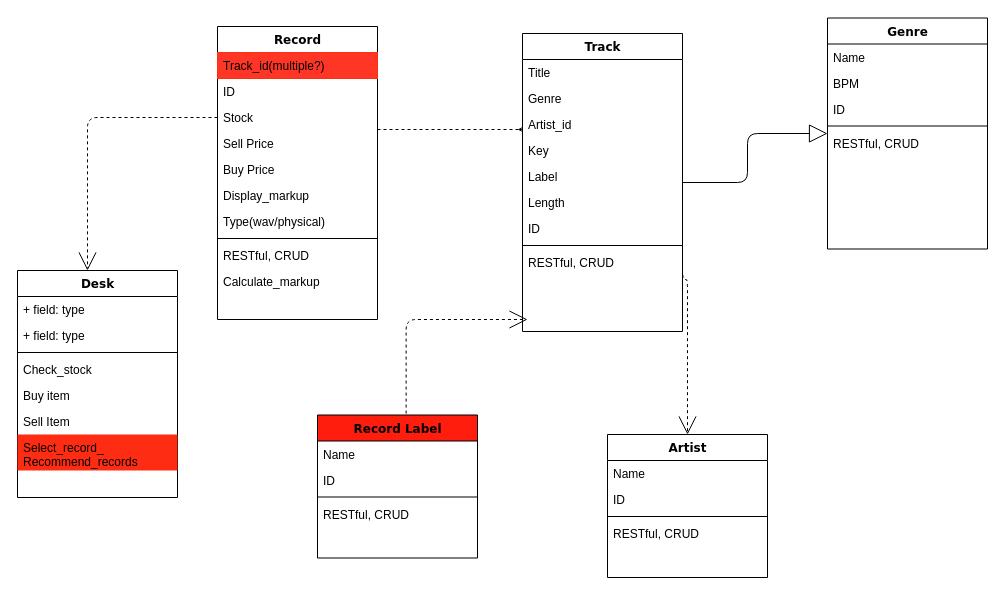
Before: solo_project_dj_store_class_diagram.drawio in dnbhed/record-store-solo-project, a draw.io diagram. Source tidied: cells renumbered, new cells numbered last; positions are measured from the earlier drawing's top-left corner, leaving out a move shared by most shapes. Both pictures are drawn from the tidied source at 100%, with x=0, y=0 at pixel (17, 17).
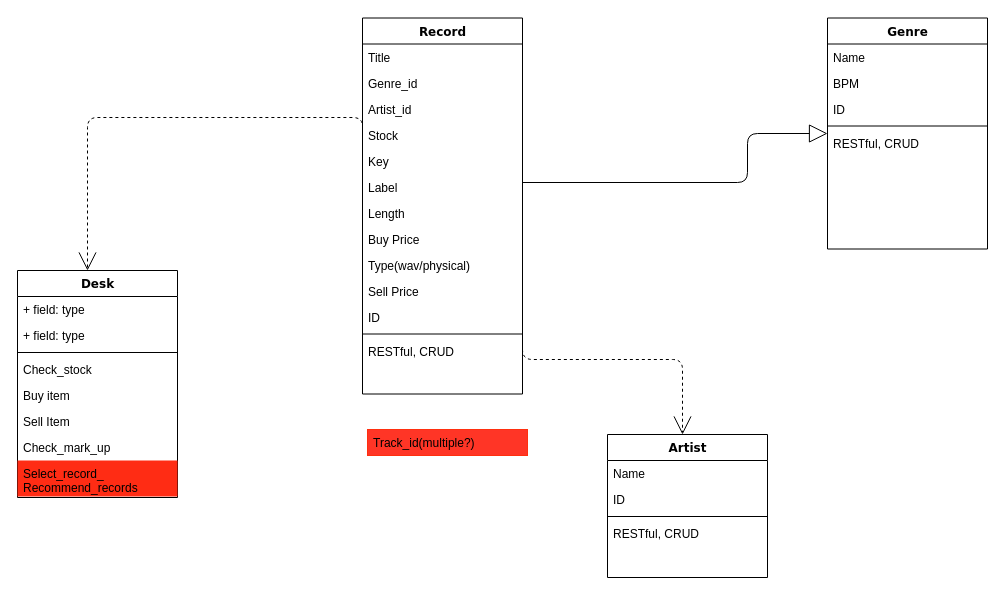
Above is the later version.

The change refers to these unchanged cells:
```xml
<mxCell id="20" value="Artist" style="swimlane;html=1;fontStyle=1;align=center;verticalAlign=top;horizontal=1;startSize=26;swimlaneFillColor=#ffffff;rounded=0;shadow=0;comic=0;labelBackgroundColor=none;strokeColor=#000000;strokeWidth=1;fillColor=none;fontFamily=Verdana;fontSize=12;fontColor=#000000;" parent="1" vertex="1">
  <mxGeometry x="590" y="417" width="160" height="143" as="geometry" />
</mxCell>
<mxCell id="29" value="Artist_id" style="text;html=1;strokeColor=none;fillColor=none;align=left;verticalAlign=top;spacingLeft=4;spacingRight=4;whiteSpace=wrap;overflow=hidden;points=[[0,0.5],[1,0.5]];portConstraint=eastwest;" parent="26" vertex="1">
  <mxGeometry y="78" width="160" height="26" as="geometry" />
</mxCell>
<mxCell id="36" value="Desk" style="swimlane;html=1;fontStyle=1;align=center;verticalAlign=top;horizontal=1;startSize=26;swimlaneFillColor=#ffffff;rounded=0;shadow=0;comic=0;labelBackgroundColor=none;strokeColor=#000000;strokeWidth=1;fillColor=none;fontFamily=Verdana;fontSize=12;fontColor=#000000;" parent="1" vertex="1">
  <mxGeometry y="253" width="160" height="227" as="geometry" />
</mxCell>
```

Change to the diagram source:
```diff
@@
-    <mxCell id="2" style="edgeStyle=orthogonalEdgeStyle;html=1;labelBackgroundColor=none;startFill=0;startSize=8;endArrow=open;endFill=0;endSize=16;fontFamily=Verdana;fontSize=12;dashed=1;" parent="1" edge="1" source="3">
-      <mxGeometry relative="1" as="geometry">
-        <mxPoint x="500" y="112" as="targetPoint" />
-        <Array as="points">
-          <mxPoint x="545" y="112" />
-        </Array>
-      </mxGeometry>
-    </mxCell>
-    <mxCell id="3" value="Record" style="swimlane;html=1;fontStyle=1;align=center;verticalAlign=top;horizontal=1;startSize=26;swimlaneFillColor=#ffffff;rounded=0;shadow=0;comic=0;labelBackgroundColor=none;strokeColor=#000000;strokeWidth=1;fillColor=none;fontFamily=Verdana;fontSize=12;fontColor=#000000;" parent="1" vertex="1">
-      <mxGeometry x="200" y="9" width="160" height="293" as="geometry" />
-    </mxCell>
-    <mxCell id="4" value="Track_id(multiple?)" style="text;html=1;strokeColor=#FF2F0F;fillColor=#FF3526;align=left;verticalAlign=top;spacingLeft=4;spacingRight=4;whiteSpace=wrap;overflow=hidden;" parent="3" vertex="1">
-      <mxGeometry y="26" width="160" height="26" as="geometry" />
-    </mxCell>
-    <mxCell id="5" value="ID" style="text;html=1;strokeColor=none;fillColor=none;align=left;verticalAlign=top;spacingLeft=4;spacingRight=4;whiteSpace=wrap;overflow=hidden;" parent="3" vertex="1">
-      <mxGeometry y="52" width="160" height="26" as="geometry" />
-    </mxCell>
-    <mxCell id="6" value="Stock" style="text;html=1;strokeColor=none;fillColor=none;align=left;verticalAlign=top;spacingLeft=4;spacingRight=4;whiteSpace=wrap;overflow=hidden;points=[[0,0.5],[1,0.5]];portConstraint=eastwest;" parent="3" vertex="1">
-      <mxGeometry y="78" width="160" height="26" as="geometry" />
-    </mxCell>
-    <mxCell id="7" value="Sell Price" style="text;html=1;strokeColor=none;fillColor=none;align=left;verticalAlign=top;spacingLeft=4;spacingRight=4;whiteSpace=wrap;overflow=hidden;" parent="3" vertex="1">
-      <mxGeometry y="104" width="160" height="26" as="geometry" />
-    </mxCell>
-    <mxCell id="8" value="Buy Price" style="text;html=1;strokeColor=none;fillColor=none;align=left;verticalAlign=top;spacingLeft=4;spacingRight=4;whiteSpace=wrap;overflow=hidden;" parent="3" vertex="1">
-      <mxGeometry y="130" width="160" height="26" as="geometry" />
-    </mxCell>
-    <mxCell id="9" value="Display_markup" style="text;html=1;strokeColor=none;fillColor=none;align=left;verticalAlign=top;spacingLeft=4;spacingRight=4;whiteSpace=wrap;overflow=hidden;" parent="3" vertex="1">
-      <mxGeometry y="156" width="160" height="26" as="geometry" />
-    </mxCell>
-    <mxCell id="10" value="Type(wav/physical)" style="text;html=1;strokeColor=none;fillColor=none;align=left;verticalAlign=top;spacingLeft=4;spacingRight=4;whiteSpace=wrap;overflow=hidden;" parent="3" vertex="1">
-      <mxGeometry y="182" width="160" height="26" as="geometry" />
-    </mxCell>
-    <mxCell id="11" style="line;html=1;strokeWidth=1;fillColor=none;align=left;verticalAlign=middle;spacingTop=-1;spacingLeft=3;spacingRight=3;labelPosition=right;" parent="3" vertex="1">
-      <mxGeometry y="208" width="160" height="8" as="geometry" />
-    </mxCell>
-    <mxCell id="12" value="RESTful, CRUD" style="text;html=1;strokeColor=none;fillColor=none;align=left;verticalAlign=top;spacingLeft=4;spacingRight=4;whiteSpace=wrap;overflow=hidden;" parent="3" vertex="1">
-      <mxGeometry y="216" width="160" height="26" as="geometry" />
-    </mxCell>
@@
     <mxCell id="19" style="edgeStyle=elbowEdgeStyle;html=1;labelBackgroundColor=none;startFill=0;startSize=8;endArrow=open;endFill=0;endSize=16;fontFamily=Verdana;fontSize=12;elbow=vertical;dashed=1;exitX=1;exitY=0.5;exitDx=0;exitDy=0;" parent="1" edge="1" source="29" target="20">
-      <mxGeometry relative="1" as="geometry" />
+      <mxGeometry relative="1" as="geometry">
+        <Array as="points">
+          <mxPoint x="665" y="342" />
+        </Array>
+      </mxGeometry>
     </mxCell>
@@
-    <mxCell id="26" value="Track" style="swimlane;html=1;fontStyle=1;align=center;verticalAlign=top;horizontal=1;startSize=26;swimlaneFillColor=#ffffff;rounded=0;shadow=0;comic=0;labelBackgroundColor=none;strokeColor=#000000;strokeWidth=1;fillColor=none;fontFamily=Verdana;fontSize=12;fontColor=#000000;" parent="1" vertex="1">
-      <mxGeometry x="505" y="16" width="160" height="298" as="geometry" />
+    <mxCell id="26" value="Record" style="swimlane;html=1;fontStyle=1;align=center;verticalAlign=top;horizontal=1;startSize=26;swimlaneFillColor=#ffffff;rounded=0;shadow=0;comic=0;labelBackgroundColor=none;strokeColor=#000000;strokeWidth=1;fillColor=none;fontFamily=Verdana;fontSize=12;fontColor=#000000;" parent="1" vertex="1">
+      <mxGeometry x="345" y="0.5" width="160" height="376" as="geometry" />
     </mxCell>
@@
-    <mxCell id="28" value="Genre" style="text;html=1;strokeColor=none;fillColor=none;align=left;verticalAlign=top;spacingLeft=4;spacingRight=4;whiteSpace=wrap;overflow=hidden;" parent="26" vertex="1">
+    <mxCell id="28" value="Genre_id" style="text;html=1;strokeColor=none;fillColor=none;align=left;verticalAlign=top;spacingLeft=4;spacingRight=4;whiteSpace=wrap;overflow=hidden;" parent="26" vertex="1">
       <mxGeometry y="52" width="160" height="26" as="geometry" />
     </mxCell>
@@
+    <mxCell id="6" value="Stock" style="text;html=1;strokeColor=none;fillColor=none;align=left;verticalAlign=top;spacingLeft=4;spacingRight=4;whiteSpace=wrap;overflow=hidden;points=[[0,0.5],[1,0.5]];portConstraint=eastwest;" parent="26" vertex="1">
+      <mxGeometry y="104" width="160" height="26" as="geometry" />
+    </mxCell>
     <mxCell id="30" value="Key" style="text;html=1;strokeColor=none;fillColor=none;align=left;verticalAlign=top;spacingLeft=4;spacingRight=4;whiteSpace=wrap;overflow=hidden;" parent="26" vertex="1">
-      <mxGeometry y="104" width="160" height="26" as="geometry" />
+      <mxGeometry y="130" width="160" height="26" as="geometry" />
     </mxCell>
     <mxCell id="31" value="Label" style="text;html=1;strokeColor=none;fillColor=none;align=left;verticalAlign=top;spacingLeft=4;spacingRight=4;whiteSpace=wrap;overflow=hidden;" parent="26" vertex="1">
-      <mxGeometry y="130" width="160" height="26" as="geometry" />
+      <mxGeometry y="156" width="160" height="26" as="geometry" />
     </mxCell>
     <mxCell id="32" value="Length" style="text;html=1;strokeColor=none;fillColor=none;align=left;verticalAlign=top;spacingLeft=4;spacingRight=4;whiteSpace=wrap;overflow=hidden;" parent="26" vertex="1">
-      <mxGeometry y="156" width="160" height="26" as="geometry" />
+      <mxGeometry y="182" width="160" height="26" as="geometry" />
     </mxCell>
+    <mxCell id="8" value="Buy Price" style="text;html=1;strokeColor=none;fillColor=none;align=left;verticalAlign=top;spacingLeft=4;spacingRight=4;whiteSpace=wrap;overflow=hidden;" parent="26" vertex="1">
+      <mxGeometry y="208" width="160" height="26" as="geometry" />
+    </mxCell>
+    <mxCell id="10" value="Type(wav/physical)" style="text;html=1;strokeColor=none;fillColor=none;align=left;verticalAlign=top;spacingLeft=4;spacingRight=4;whiteSpace=wrap;overflow=hidden;" parent="26" vertex="1">
+      <mxGeometry y="234" width="160" height="26" as="geometry" />
+    </mxCell>
+    <mxCell id="7" value="Sell Price" style="text;html=1;strokeColor=none;fillColor=none;align=left;verticalAlign=top;spacingLeft=4;spacingRight=4;whiteSpace=wrap;overflow=hidden;" parent="26" vertex="1">
+      <mxGeometry y="260" width="160" height="26" as="geometry" />
+    </mxCell>
     <mxCell id="33" value="ID" style="text;html=1;strokeColor=none;fillColor=none;align=left;verticalAlign=top;spacingLeft=4;spacingRight=4;whiteSpace=wrap;overflow=hidden;" parent="26" vertex="1">
-      <mxGeometry y="182" width="160" height="26" as="geometry" />
+      <mxGeometry y="286" width="160" height="26" as="geometry" />
     </mxCell>
     <mxCell id="34" style="line;html=1;strokeWidth=1;fillColor=none;align=left;verticalAlign=middle;spacingTop=-1;spacingLeft=3;spacingRight=3;labelPosition=right;" parent="26" vertex="1">
-      <mxGeometry y="208" width="160" height="8" as="geometry" />
+      <mxGeometry y="312" width="160" height="8" as="geometry" />
     </mxCell>
     <mxCell id="35" value="RESTful, CRUD" style="text;html=1;strokeColor=none;fillColor=none;align=left;verticalAlign=top;spacingLeft=4;spacingRight=4;whiteSpace=wrap;overflow=hidden;" parent="26" vertex="1">
-      <mxGeometry y="216" width="160" height="26" as="geometry" />
+      <mxGeometry y="320" width="160" height="26" as="geometry" />
     </mxCell>
@@
+    <mxCell id="52" value="Sell Item" style="text;html=1;strokeColor=none;fillColor=none;align=left;verticalAlign=top;spacingLeft=4;spacingRight=4;whiteSpace=wrap;overflow=hidden;" parent="36" vertex="1">
+      <mxGeometry y="138" width="160" height="26" as="geometry" />
+    </mxCell>
-    <mxCell id="42" value="Sell Item" style="text;html=1;strokeColor=none;fillColor=none;align=left;verticalAlign=top;spacingLeft=4;spacingRight=4;whiteSpace=wrap;overflow=hidden;" parent="36" vertex="1">
-      <mxGeometry y="138" width="160" height="26" as="geometry" />
+    <mxCell id="42" value="Check_mark_up" style="text;html=1;strokeColor=none;fillColor=none;align=left;verticalAlign=top;spacingLeft=4;spacingRight=4;whiteSpace=wrap;overflow=hidden;" parent="36" vertex="1">
+      <mxGeometry y="164" width="160" height="26" as="geometry" />
     </mxCell>
     <mxCell id="43" value="Select_record_&lt;br&gt;Recommend_records" style="text;html=1;strokeColor=none;fillColor=#FF2C14;align=left;verticalAlign=top;spacingLeft=4;spacingRight=4;whiteSpace=wrap;overflow=hidden;" parent="36" vertex="1">
-      <mxGeometry y="164" width="160" height="36" as="geometry" />
+      <mxGeometry y="190" width="160" height="36" as="geometry" />
     </mxCell>
@@
-    <mxCell id="45" value="Calculate_markup" style="text;html=1;strokeColor=none;fillColor=none;align=left;verticalAlign=top;spacingLeft=4;spacingRight=4;whiteSpace=wrap;overflow=hidden;" parent="1" vertex="1">
-      <mxGeometry x="200" y="251" width="160" height="26" as="geometry" />
-    </mxCell>
-    <mxCell id="46" value="Record Label" style="swimlane;html=1;fontStyle=1;align=center;verticalAlign=top;horizontal=1;startSize=26;swimlaneFillColor=#ffffff;rounded=0;shadow=0;comic=0;labelBackgroundColor=none;strokeColor=#000000;strokeWidth=1;fillColor=#FF1D0D;fontFamily=Verdana;fontSize=12;fontColor=#000000;" parent="1" vertex="1">
-      <mxGeometry x="300" y="397.5" width="160" height="143" as="geometry" />
-    </mxCell>
-    <mxCell id="47" value="Name" style="text;html=1;strokeColor=none;fillColor=none;align=left;verticalAlign=top;spacingLeft=4;spacingRight=4;whiteSpace=wrap;overflow=hidden;" parent="46" vertex="1">
-      <mxGeometry y="26" width="160" height="26" as="geometry" />
-    </mxCell>
-    <mxCell id="48" value="ID" style="text;html=1;strokeColor=none;fillColor=none;align=left;verticalAlign=top;spacingLeft=4;spacingRight=4;whiteSpace=wrap;overflow=hidden;" parent="46" vertex="1">
-      <mxGeometry y="52" width="160" height="26" as="geometry" />
-    </mxCell>
-    <mxCell id="49" style="line;html=1;strokeWidth=1;fillColor=none;align=left;verticalAlign=middle;spacingTop=-1;spacingLeft=3;spacingRight=3;labelPosition=right;" parent="46" vertex="1">
-      <mxGeometry y="78" width="160" height="8" as="geometry" />
-    </mxCell>
-    <mxCell id="50" value="RESTful, CRUD" style="text;html=1;strokeColor=none;fillColor=none;align=left;verticalAlign=top;spacingLeft=4;spacingRight=4;whiteSpace=wrap;overflow=hidden;" parent="46" vertex="1">
-      <mxGeometry y="86" width="160" height="26" as="geometry" />
-    </mxCell>
-    <mxCell id="51" style="edgeStyle=elbowEdgeStyle;html=1;labelBackgroundColor=none;startFill=0;startSize=8;endArrow=open;endFill=0;endSize=16;fontFamily=Verdana;fontSize=12;elbow=vertical;dashed=1;exitX=0.554;exitY=-0.01;exitDx=0;exitDy=0;exitPerimeter=0;" parent="1" edge="1" source="46">
-      <mxGeometry relative="1" as="geometry">
-        <mxPoint x="510" y="302" as="targetPoint" />
-        <Array as="points">
-          <mxPoint x="420" y="302" />
-        </Array>
-      </mxGeometry>
-    </mxCell>
+    <mxCell id="4" value="Track_id(multiple?)" style="text;html=1;strokeColor=#FF2F0F;fillColor=#FF3526;align=left;verticalAlign=top;spacingLeft=4;spacingRight=4;whiteSpace=wrap;overflow=hidden;" parent="1" vertex="1">
+      <mxGeometry x="350" y="412" width="160" height="26" as="geometry" />
+    </mxCell>
```
